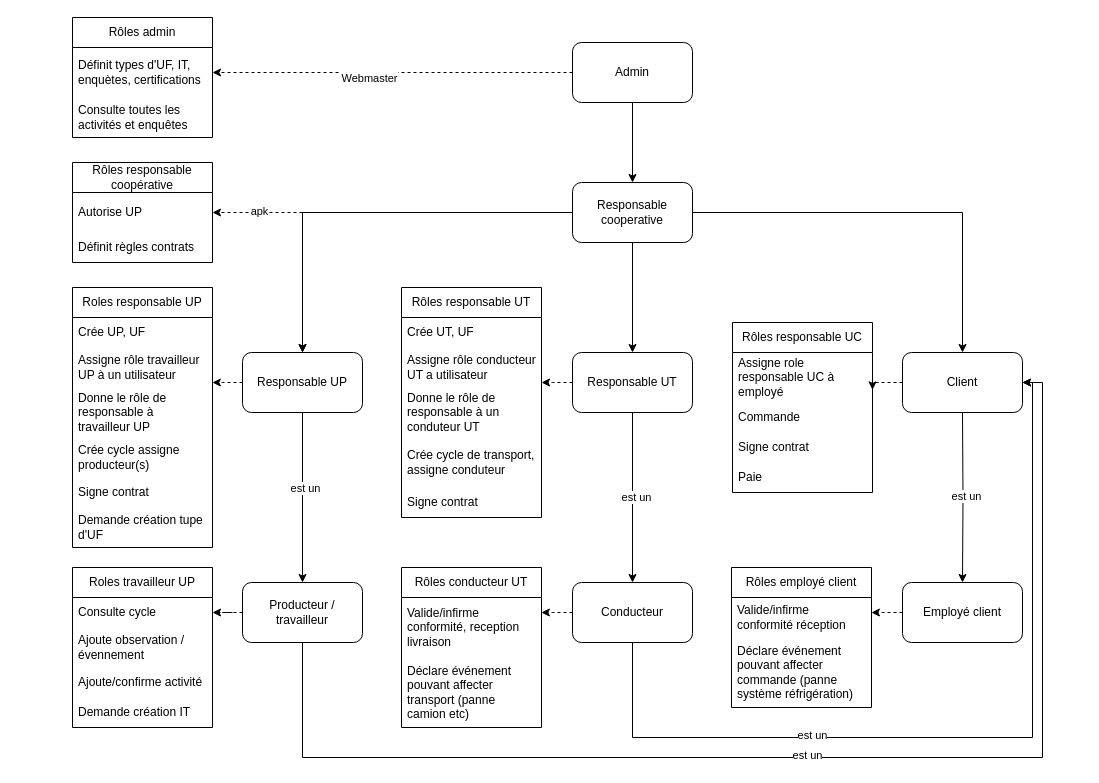
The draw.io diagram Roles.drawio in agroecomakers/Diagrammes-miCampo, before the edit. Source tidied: cells renumbered, new cells numbered last; positions are measured from the earlier drawing's top-left corner, leaving out a move shared by most shapes. Both pictures are drawn from the tidied source at 100%, with x=0, y=0 at pixel (72, 17).
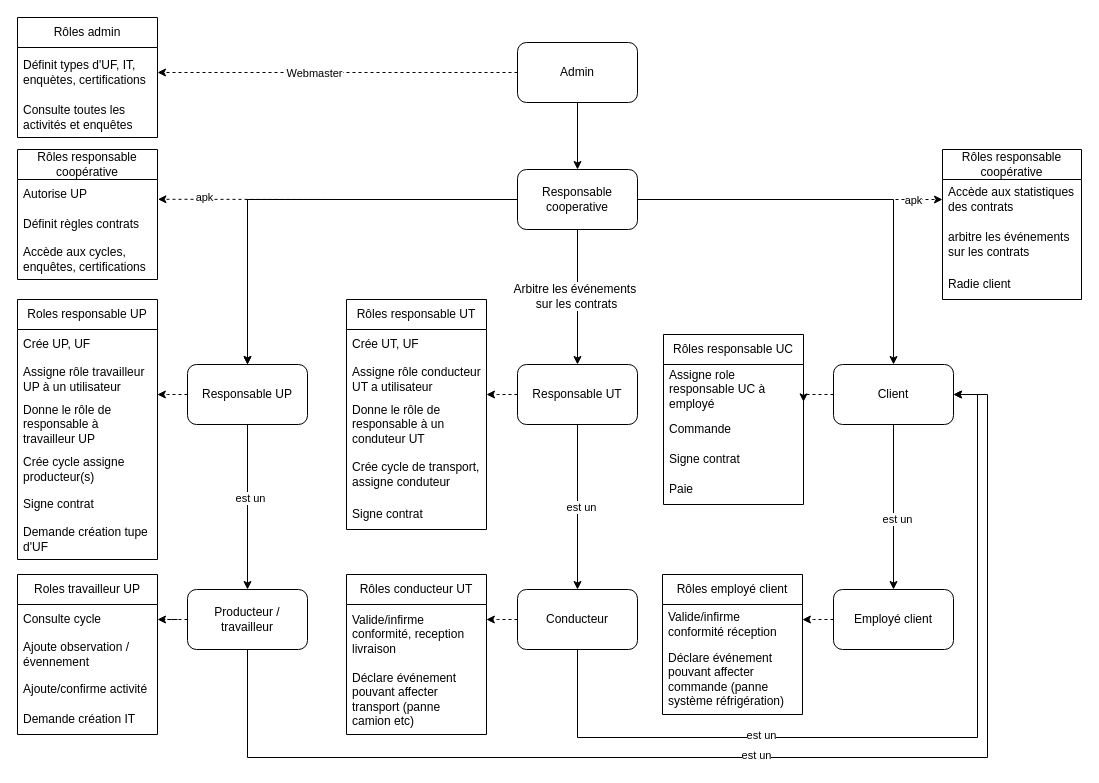
The same diagram, later.

Commit message (it also covers changes not shown here):
Mettre à jour Roles.drawio

Unchanged cells that the change refers to:
```xml
<mxCell id="3" style="edgeStyle=orthogonalEdgeStyle;rounded=0;jettySize=auto;html=1;entryX=1;entryY=0.5;entryDx=0;entryDy=0;dashed=1;" parent="1" edge="1" source="5" target="51">
  <mxGeometry relative="1" as="geometry" />
</mxCell>
<mxCell id="10" style="edgeStyle=orthogonalEdgeStyle;rounded=0;jettySize=auto;html=1;exitX=0.5;exitY=1;exitDx=0;exitDy=0;" parent="1" edge="1" source="9" target="19">
  <mxGeometry relative="1" as="geometry" />
</mxCell>
<mxCell id="28" value="Assigne rôle travailleur UP à un utilisateur" style="text;strokeColor=none;fillColor=none;align=left;verticalAlign=middle;spacingLeft=4;spacingRight=4;overflow=hidden;points=[[0,0.5],[1,0.5]];portConstraint=eastwest;whiteSpace=wrap;html=1;" parent="26" vertex="1">
  <mxGeometry y="60" width="140" height="40" as="geometry" />
</mxCell>
```

What changed in the source:
```diff
@@
     <mxCell id="4" value="Webmaster" style="edgeLabel;html=1;align=center;verticalAlign=middle;" parent="3" vertex="1">
       <mxGeometry x="0.14" y="5" relative="1" as="geometry">
-        <mxPoint x="1" as="offset" />
+        <mxPoint x="1" y="-5" as="offset" />
       </mxGeometry>
     </mxCell>
     <mxCell id="5" value="Admin" style="rounded=1;whiteSpace=wrap;html=1;" parent="1" vertex="1">
-      <mxGeometry x="500" y="25" width="120" height="60" as="geometry" />
+      <mxGeometry x="445" y="25" width="120" height="60" as="geometry" />
     </mxCell>
-    <mxCell id="6" style="edgeStyle=orthogonalEdgeStyle;rounded=0;jettySize=auto;html=1;dashed=1;entryX=1;entryY=0.5;entryDx=0;entryDy=0;" parent="1" edge="1" source="9" target="48">
+    <mxCell id="6" style="edgeStyle=orthogonalEdgeStyle;rounded=0;jettySize=auto;html=1;dashed=1;entryX=1.003;entryY=0.659;entryDx=0;entryDy=0;entryPerimeter=0;" parent="1" edge="1" source="9" target="48">
       <mxGeometry relative="1" as="geometry" />
     </mxCell>
@@
     <mxCell id="9" value="Responsable cooperative" style="rounded=1;whiteSpace=wrap;html=1;" parent="1" vertex="1">
-      <mxGeometry x="500" y="165" width="120" height="60" as="geometry" />
+      <mxGeometry x="445" y="152" width="120" height="60" as="geometry" />
     </mxCell>
@@
+    <mxCell id="70" value="&lt;div&gt;Arbitre les événements&amp;nbsp;&lt;/div&gt;&lt;div&gt;sur les contrats&lt;/div&gt;" style="edgeLabel;html=1;align=center;verticalAlign=middle;fontSize=12;" parent="10" vertex="1">
+      <mxGeometry x="-0.02" y="-2" relative="1" as="geometry" />
+    </mxCell>
@@
     <mxCell id="13" style="edgeStyle=orthogonalEdgeStyle;rounded=0;jettySize=auto;html=1;dashed=1;exitX=0;exitY=0.5;exitDx=0;exitDy=0;entryX=0.999;entryY=0.876;entryDx=0;entryDy=0;entryPerimeter=0;" parent="1" edge="1" source="14" target="28">
       <mxGeometry relative="1" as="geometry">
         <Array as="points">
-          <mxPoint x="150" y="365" />
-          <mxPoint x="150" y="365" />
+          <mxPoint x="95" y="377" />
+          <mxPoint x="95" y="377" />
         </Array>
       </mxGeometry>
     </mxCell>
     <mxCell id="14" value="Responsable UP" style="whiteSpace=wrap;html=1;rounded=1;" parent="1" vertex="1">
-      <mxGeometry x="170" y="335" width="120" height="60" as="geometry" />
+      <mxGeometry x="115" y="347" width="120" height="60" as="geometry" />
     </mxCell>
@@
     <mxCell id="18" style="edgeStyle=orthogonalEdgeStyle;rounded=0;jettySize=auto;html=1;entryX=1;entryY=0.5;entryDx=0;entryDy=0;dashed=1;exitX=0;exitY=0.5;exitDx=0;exitDy=0;" parent="1" edge="1" source="19">
       <mxGeometry relative="1" as="geometry">
-        <mxPoint x="469" y="365" as="targetPoint" />
+        <mxPoint x="414" y="377" as="targetPoint" />
         <Array as="points">
-          <mxPoint x="480" y="365" />
-          <mxPoint x="480" y="365" />
+          <mxPoint x="425" y="377" />
+          <mxPoint x="425" y="377" />
         </Array>
       </mxGeometry>
     </mxCell>
     <mxCell id="19" value="Responsable UT" style="whiteSpace=wrap;html=1;rounded=1;" parent="1" vertex="1">
-      <mxGeometry x="500" y="335" width="120" height="60" as="geometry" />
+      <mxGeometry x="445" y="347" width="120" height="60" as="geometry" />
     </mxCell>
@@
     <mxCell id="21" value="Client" style="whiteSpace=wrap;html=1;rounded=1;" parent="1" vertex="1">
-      <mxGeometry x="830" y="335" width="120" height="60" as="geometry" />
+      <mxGeometry x="761" y="347" width="120" height="60" as="geometry" />
     </mxCell>
@@
     <mxCell id="23" value="Producteur / travailleur" style="whiteSpace=wrap;html=1;rounded=1;" parent="1" vertex="1">
-      <mxGeometry x="170" y="565" width="120" height="60" as="geometry" />
+      <mxGeometry x="115" y="572" width="120" height="60" as="geometry" />
     </mxCell>
@@
     <mxCell id="25" value="Conducteur" style="whiteSpace=wrap;html=1;rounded=1;" parent="1" vertex="1">
-      <mxGeometry x="500" y="565" width="120" height="60" as="geometry" />
+      <mxGeometry x="445" y="572" width="120" height="60" as="geometry" />
     </mxCell>
     <mxCell id="26" value="Roles responsable UP" style="swimlane;fontStyle=0;horizontal=1;startSize=30;whiteSpace=wrap;html=1;" parent="1" vertex="1">
-      <mxGeometry y="270" width="140" height="260" as="geometry" />
+      <mxGeometry x="-55" y="282" width="140" height="260" as="geometry" />
     </mxCell>
@@
     <mxCell id="33" value="Roles travailleur UP" style="swimlane;fontStyle=0;horizontal=1;startSize=30;whiteSpace=wrap;html=1;" parent="1" vertex="1">
-      <mxGeometry y="550" width="140" height="160" as="geometry" />
+      <mxGeometry x="-55" y="557" width="140" height="160" as="geometry" />
     </mxCell>
@@
     <mxCell id="38" value="Rôles responsable UT" style="swimlane;fontStyle=0;horizontal=1;startSize=30;whiteSpace=wrap;html=1;" parent="1" vertex="1">
-      <mxGeometry x="329" y="270" width="140" height="230" as="geometry" />
+      <mxGeometry x="274" y="282" width="140" height="230" as="geometry" />
     </mxCell>
@@
     <mxCell id="44" value="Rôles conducteur UT" style="swimlane;fontStyle=0;horizontal=1;startSize=30;whiteSpace=wrap;html=1;" parent="1" vertex="1">
-      <mxGeometry x="329" y="550" width="140" height="160" as="geometry" />
+      <mxGeometry x="274" y="557" width="140" height="160" as="geometry" />
     </mxCell>
@@
     <mxCell id="47" value="Rôles responsable coopérative" style="swimlane;fontStyle=0;horizontal=1;startSize=30;whiteSpace=wrap;html=1;" parent="1" vertex="1">
-      <mxGeometry y="145" width="140" height="100" as="geometry" />
+      <mxGeometry x="-55" y="132" width="140" height="130" as="geometry" />
     </mxCell>
     <mxCell id="48" value="Autorise UP" style="text;strokeColor=none;fillColor=none;align=left;verticalAlign=middle;spacingLeft=4;spacingRight=4;overflow=hidden;points=[[0,0.5],[1,0.5]];portConstraint=eastwest;whiteSpace=wrap;html=1;" parent="47" vertex="1">
-      <mxGeometry y="30" width="140" height="40" as="geometry" />
+      <mxGeometry y="30" width="140" height="30" as="geometry" />
     </mxCell>
     <mxCell id="49" value="Définit règles contrats" style="text;strokeColor=none;fillColor=none;align=left;verticalAlign=middle;spacingLeft=4;spacingRight=4;overflow=hidden;whiteSpace=wrap;html=1;" parent="47" vertex="1">
-      <mxGeometry y="70" width="140" height="30" as="geometry" />
+      <mxGeometry y="60" width="140" height="30" as="geometry" />
     </mxCell>
+    <mxCell id="71" value="&lt;div&gt;Accède aux cycles, enquêtes, certifications&lt;/div&gt;" style="text;strokeColor=none;fillColor=none;align=left;verticalAlign=middle;spacingLeft=4;spacingRight=4;overflow=hidden;whiteSpace=wrap;html=1;" parent="47" vertex="1">
+      <mxGeometry y="90" width="140" height="40" as="geometry" />
+    </mxCell>
     <mxCell id="50" value="Rôles admin" style="swimlane;fontStyle=0;horizontal=1;startSize=30;whiteSpace=wrap;html=1;" parent="1" vertex="1">
-      <mxGeometry width="140" height="120" as="geometry" />
+      <mxGeometry x="-55" width="140" height="120" as="geometry" />
     </mxCell>
@@
     <mxCell id="54" value="Rôles responsable UC" style="swimlane;fontStyle=0;horizontal=1;startSize=30;whiteSpace=wrap;html=1;" parent="1" vertex="1">
-      <mxGeometry x="660" y="305" width="140" height="170" as="geometry" />
+      <mxGeometry x="591" y="317" width="140" height="170" as="geometry" />
     </mxCell>
@@
-    <mxCell id="59" style="edgeStyle=orthogonalEdgeStyle;rounded=0;jettySize=auto;html=1;" parent="1" edge="1" target="62">
-      <mxGeometry relative="1" as="geometry">
-        <mxPoint x="890" y="395" as="sourcePoint" />
-      </mxGeometry>
+    <mxCell id="59" style="edgeStyle=orthogonalEdgeStyle;rounded=0;jettySize=auto;html=1;" parent="1" edge="1" source="21" target="62">
+      <mxGeometry relative="1" as="geometry" />
     </mxCell>
     <mxCell id="60" value="est un" style="edgeLabel;html=1;align=center;verticalAlign=middle;" parent="59" vertex="1">
-      <mxGeometry x="-0.01" y="3" relative="1" as="geometry" />
+      <mxGeometry x="-0.01" y="3" relative="1" as="geometry">
+        <mxPoint y="12" as="offset" />
+      </mxGeometry>
     </mxCell>
     <mxCell id="61" style="edgeStyle=orthogonalEdgeStyle;rounded=0;jettySize=auto;html=1;entryX=0.999;entryY=0.251;entryDx=0;entryDy=0;dashed=1;entryPerimeter=0;" parent="1" edge="1" source="62">
       <mxGeometry relative="1" as="geometry">
-        <mxPoint x="798.9" y="595.1" as="targetPoint" />
+        <mxPoint x="729.9" y="602.1" as="targetPoint" />
       </mxGeometry>
     </mxCell>
     <mxCell id="62" value="Employé client" style="whiteSpace=wrap;html=1;rounded=1;" parent="1" vertex="1">
-      <mxGeometry x="830" y="565" width="120" height="60" as="geometry" />
+      <mxGeometry x="761" y="572" width="120" height="60" as="geometry" />
     </mxCell>
     <mxCell id="63" value="Rôles employé client" style="swimlane;fontStyle=0;horizontal=1;startSize=30;whiteSpace=wrap;html=1;" parent="1" vertex="1">
-      <mxGeometry x="659" y="550" width="140" height="140" as="geometry" />
+      <mxGeometry x="590" y="557" width="140" height="140" as="geometry" />
     </mxCell>
@@
     <mxCell id="66" style="edgeStyle=orthogonalEdgeStyle;rounded=0;jettySize=auto;html=1;exitX=0.5;exitY=1;exitDx=0;exitDy=0;entryX=1;entryY=0.5;entryDx=0;entryDy=0;" parent="1" edge="1" source="23" target="21">
       <mxGeometry relative="1" as="geometry">
         <Array as="points">
-          <mxPoint x="230" y="740" />
-          <mxPoint x="970" y="740" />
-          <mxPoint x="970" y="365" />
+          <mxPoint x="175" y="740" />
+          <mxPoint x="915" y="740" />
+          <mxPoint x="915" y="377" />
         </Array>
       </mxGeometry>
     </mxCell>
@@
     <mxCell id="68" style="edgeStyle=orthogonalEdgeStyle;rounded=0;jettySize=auto;html=1;exitX=0.5;exitY=1;exitDx=0;exitDy=0;entryX=1;entryY=0.5;entryDx=0;entryDy=0;" parent="1" edge="1" source="25" target="21">
       <mxGeometry relative="1" as="geometry">
         <Array as="points">
-          <mxPoint x="560" y="720" />
-          <mxPoint x="960" y="720" />
-          <mxPoint x="960" y="365" />
+          <mxPoint x="505" y="720" />
+          <mxPoint x="905" y="720" />
+          <mxPoint x="905" y="377" />
         </Array>
       </mxGeometry>
     </mxCell>
@@
+    <mxCell id="72" value="Rôles responsable coopérative" style="swimlane;fontStyle=0;horizontal=1;startSize=30;whiteSpace=wrap;html=1;" parent="1" vertex="1">
+      <mxGeometry x="870" y="132" width="139" height="150" as="geometry" />
+    </mxCell>
+    <mxCell id="73" value="&lt;div&gt;Accède aux statistiques des contrats&lt;/div&gt;" style="text;strokeColor=none;fillColor=none;align=left;verticalAlign=middle;spacingLeft=4;spacingRight=4;overflow=hidden;points=[[0,0.5],[1,0.5]];portConstraint=eastwest;whiteSpace=wrap;html=1;" parent="72" vertex="1">
+      <mxGeometry y="30" width="139" height="40" as="geometry" />
+    </mxCell>
+    <mxCell id="74" value="arbitre les événements sur les contrats" style="text;strokeColor=none;fillColor=none;align=left;verticalAlign=middle;spacingLeft=4;spacingRight=4;overflow=hidden;whiteSpace=wrap;html=1;" parent="72" vertex="1">
+      <mxGeometry y="70" width="139" height="50" as="geometry" />
+    </mxCell>
+    <mxCell id="75" value="Radie client" style="text;strokeColor=none;fillColor=none;align=left;verticalAlign=middle;spacingLeft=4;spacingRight=4;overflow=hidden;whiteSpace=wrap;html=1;" parent="72" vertex="1">
+      <mxGeometry y="120" width="139" height="30" as="geometry" />
+    </mxCell>
+    <mxCell id="76" style="edgeStyle=orthogonalEdgeStyle;rounded=0;jettySize=auto;html=1;dashed=1;entryX=0;entryY=0.5;entryDx=0;entryDy=0;exitX=1;exitY=0.5;exitDx=0;exitDy=0;" parent="1" edge="1" source="9" target="73">
+      <mxGeometry relative="1" as="geometry" />
+    </mxCell>
+    <mxCell id="77" value="apk" style="edgeLabel;html=1;align=center;verticalAlign=middle;" parent="76" vertex="1">
+      <mxGeometry x="0.74" y="-2" relative="1" as="geometry">
+        <mxPoint x="10" y="-2" as="offset" />
+      </mxGeometry>
+    </mxCell>
```
